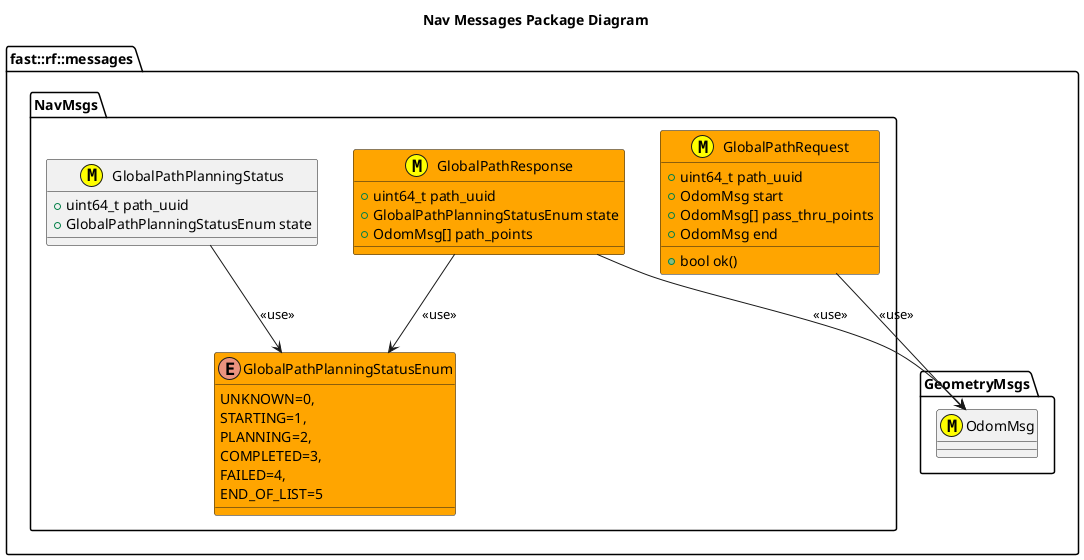
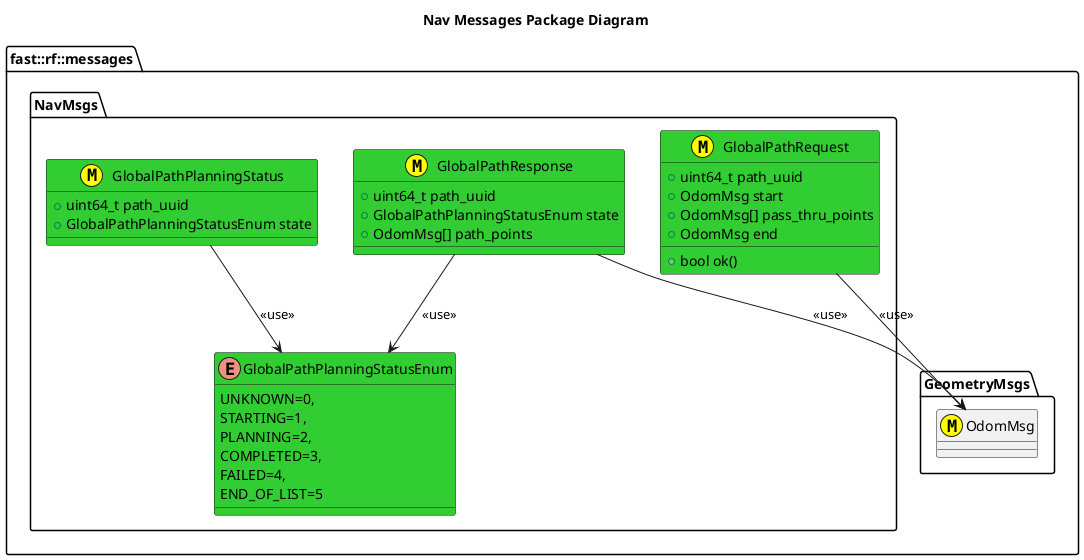
@startuml
title Nav Messages Package Diagram

namespace fast::rf::messages {
  namespace GeometryMsgs {
    class OdomMsg <<(M,#FFFF00)>>
  }
  namespace NavMsgs  {
-     class GlobalPathRequest <<(M,#FFFF00)>> #Orange {
+     class GlobalPathRequest <<(M,#FFFF00)>> #LimeGreen {
      +uint64_t path_uuid
      +OdomMsg start
      +OdomMsg[] pass_thru_points
      +OdomMsg end
      +bool ok()

    }
-     enum GlobalPathPlanningStatusEnum #Orange
+     enum GlobalPathPlanningStatusEnum #LimeGreen
    {
      UNKNOWN=0,
      STARTING=1,
      PLANNING=2,
      COMPLETED=3,
      FAILED=4,
      END_OF_LIST=5

    }
    GlobalPathRequest --> OdomMsg: <<use>>
-     class GlobalPathResponse <<(M,#FFFF00)>> #Orange {
+     class GlobalPathResponse <<(M,#FFFF00)>> #LimeGreen {
      +uint64_t path_uuid
      +GlobalPathPlanningStatusEnum state
      +OdomMsg[] path_points
    }
    GlobalPathResponse --> OdomMsg: <<use>>
    GlobalPathResponse --> GlobalPathPlanningStatusEnum: <<use>>
-     class GlobalPathPlanningStatus <<(M,#FFFF00)>> {
+     class GlobalPathPlanningStatus <<(M,#FFFF00)>> #LimeGreen {
      +uint64_t path_uuid
      +GlobalPathPlanningStatusEnum state
    }
    GlobalPathPlanningStatus --> GlobalPathPlanningStatusEnum: <<use>>
  }
}
@enduml